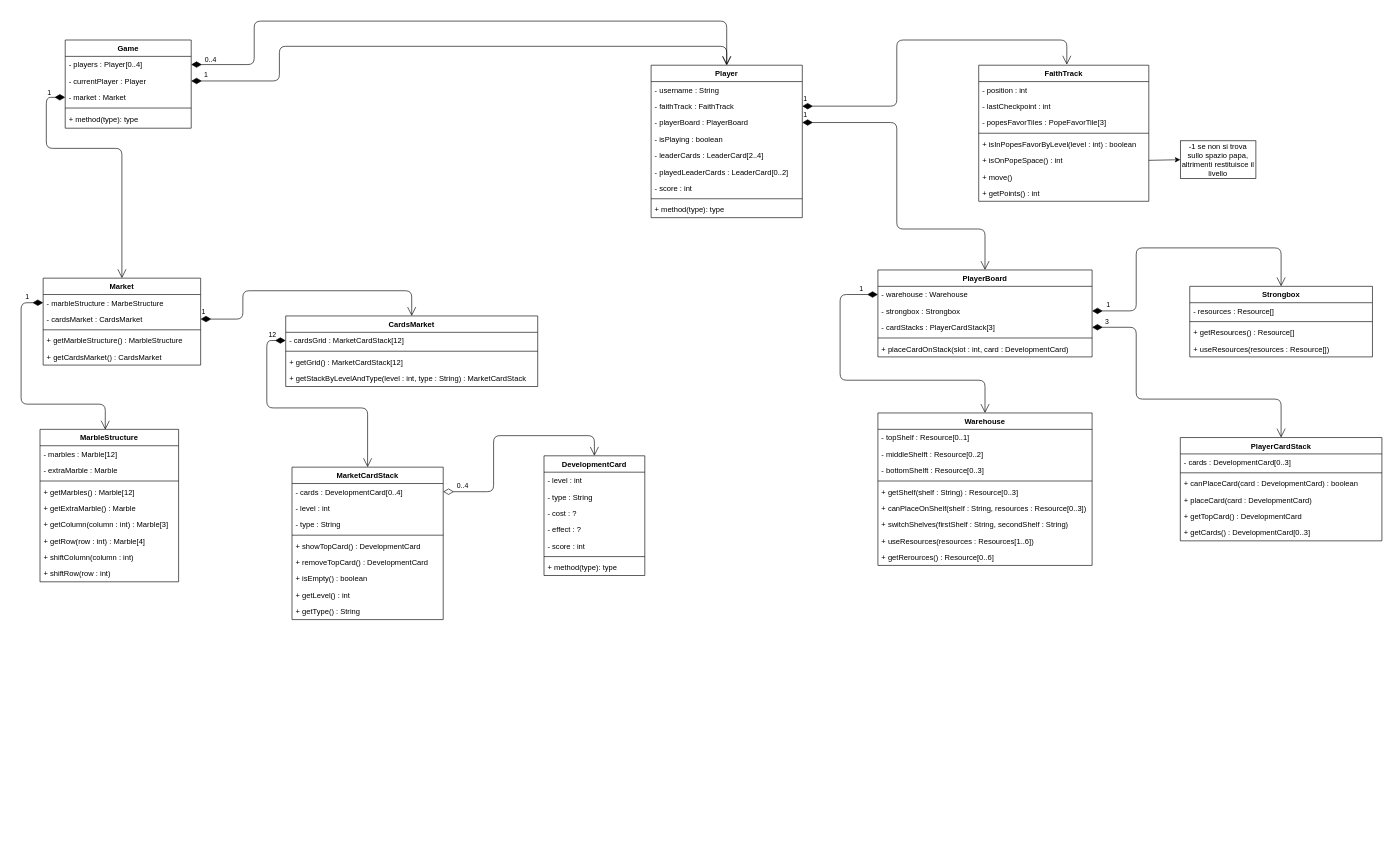
Earlier version of the draw.io diagram deliveries/UML/initial/initial-UML.drawio (SamueleMessineo/ing-sw-2021-morelli-messineo-mosconi). Source tidied: cells renumbered, new cells numbered last; positions are measured from the earlier drawing's top-left corner, leaving out a move shared by most shapes. Both pictures are drawn from the tidied source at 63%, with x=0, y=0 at pixel (21, 21).
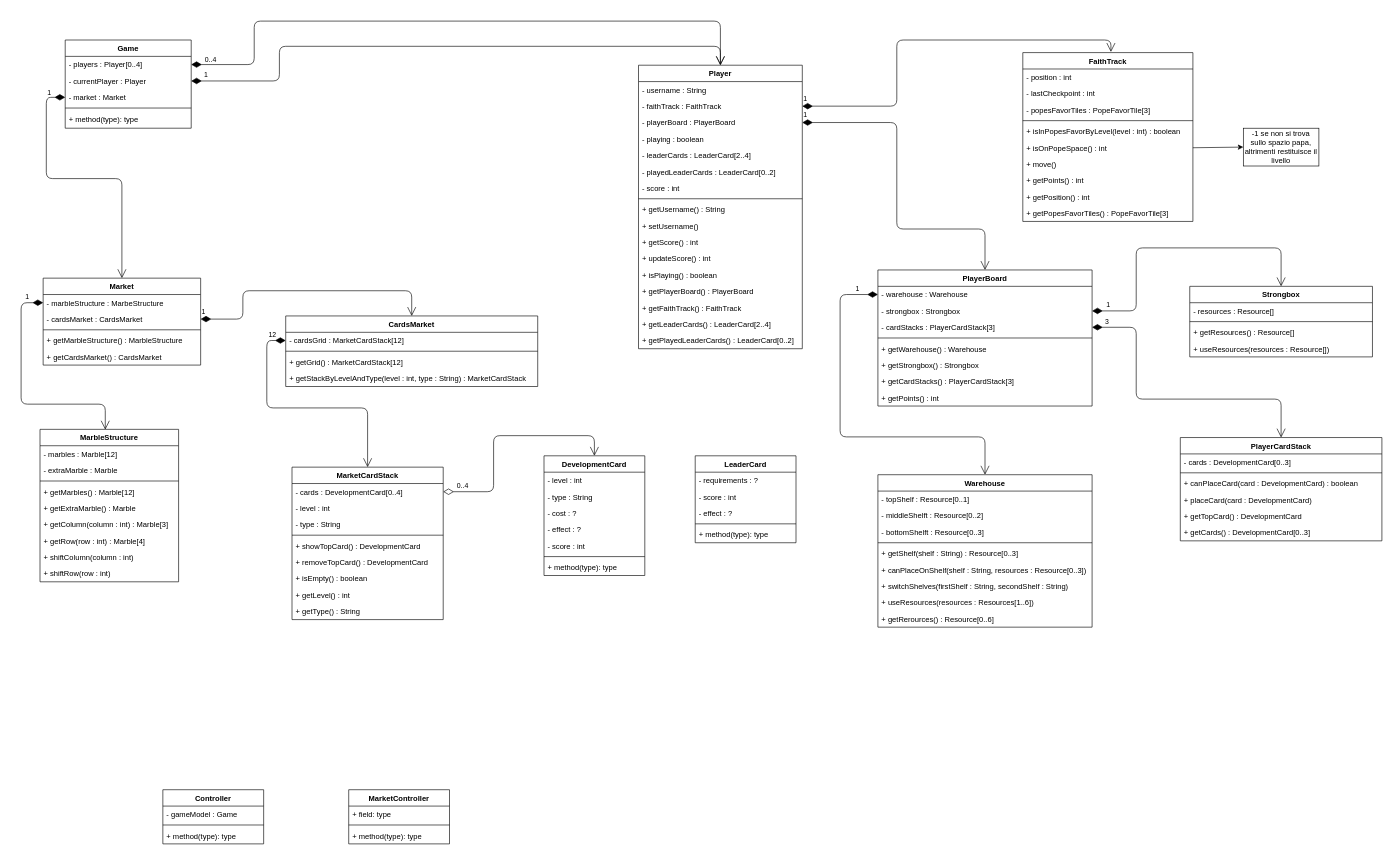
After the change.

Unchanged cells that the change refers to:
```xml
<mxCell id="3" value="- players : Player[0..4]" style="text;strokeColor=none;fillColor=none;align=left;verticalAlign=top;spacingLeft=4;spacingRight=4;overflow=hidden;points=[[0,0.5],[1,0.5]];portConstraint=eastwest;" parent="2" vertex="1">
  <mxGeometry y="26" width="200" height="26" as="geometry" />
</mxCell>
<mxCell id="4" value="- currentPlayer : Player" style="text;strokeColor=none;fillColor=none;align=left;verticalAlign=top;spacingLeft=4;spacingRight=4;overflow=hidden;points=[[0,0.5],[1,0.5]];portConstraint=eastwest;" parent="2" vertex="1">
  <mxGeometry y="52" width="200" height="26" as="geometry" />
</mxCell>
<mxCell id="5" value="- market : Market" style="text;strokeColor=none;fillColor=none;align=left;verticalAlign=top;spacingLeft=4;spacingRight=4;overflow=hidden;points=[[0,0.5],[1,0.5]];portConstraint=eastwest;" parent="2" vertex="1">
  <mxGeometry y="78" width="200" height="26" as="geometry" />
</mxCell>
<mxCell id="8" value="Market" style="swimlane;fontStyle=1;align=center;verticalAlign=top;horizontal=1;startSize=26;" parent="1" vertex="1">
  <mxGeometry x="35" y="408" width="250" height="138" as="geometry" />
</mxCell>
<mxCell id="77" value="- warehouse : Warehouse" style="text;strokeColor=none;fillColor=none;align=left;verticalAlign=top;spacingLeft=4;spacingRight=4;overflow=hidden;points=[[0,0.5],[1,0.5]];portConstraint=eastwest;" parent="76" vertex="1">
  <mxGeometry y="26" width="340" height="26" as="geometry" />
</mxCell>
```

Diff of the diagram source:
```diff
@@
     <mxCell id="51" value="1" style="endArrow=open;html=1;endSize=12;startArrow=diamondThin;startSize=14;startFill=1;edgeStyle=orthogonalEdgeStyle;align=left;verticalAlign=bottom;exitX=0;exitY=0.5;exitDx=0;exitDy=0;entryX=0.5;entryY=0;entryDx=0;entryDy=0;" parent="1" edge="1" source="5" target="8">
       <mxGeometry x="-0.86" relative="1" as="geometry">
         <Array as="points">
           <mxPoint x="40" y="121" />
-          <mxPoint x="40" y="202" />
-          <mxPoint x="160" y="202" />
+          <mxPoint x="40" y="250" />
+          <mxPoint x="160" y="250" />
         </Array>
       </mxGeometry>
     </mxCell>
     <mxCell id="52" value="Player" style="swimlane;fontStyle=1;align=center;verticalAlign=top;horizontal=1;startSize=26;" parent="1" vertex="1">
-      <mxGeometry x="1000" y="70" width="240" height="242" as="geometry" />
+      <mxGeometry x="980" y="70" width="260" height="450" as="geometry" />
     </mxCell>
     <mxCell id="53" value="- username : String" style="text;strokeColor=none;fillColor=none;align=left;verticalAlign=top;spacingLeft=4;spacingRight=4;overflow=hidden;" parent="52" vertex="1">
-      <mxGeometry y="26" width="240" height="26" as="geometry" />
+      <mxGeometry y="26" width="260" height="26" as="geometry" />
     </mxCell>
     <mxCell id="54" value="- faithTrack : FaithTrack" style="text;strokeColor=none;fillColor=none;align=left;verticalAlign=top;spacingLeft=4;spacingRight=4;overflow=hidden;points=[[0,0.5],[1,0.5]];portConstraint=eastwest;" parent="52" vertex="1">
-      <mxGeometry y="52" width="240" height="26" as="geometry" />
+      <mxGeometry y="52" width="260" height="26" as="geometry" />
     </mxCell>
     <mxCell id="55" value="- playerBoard : PlayerBoard" style="text;strokeColor=none;fillColor=none;align=left;verticalAlign=top;spacingLeft=4;spacingRight=4;overflow=hidden;points=[[0,0.5],[1,0.5]];portConstraint=eastwest;" parent="52" vertex="1">
-      <mxGeometry y="78" width="240" height="26" as="geometry" />
+      <mxGeometry y="78" width="260" height="26" as="geometry" />
     </mxCell>
-    <mxCell id="56" value="- isPlaying : boolean" style="text;strokeColor=none;fillColor=none;align=left;verticalAlign=top;spacingLeft=4;spacingRight=4;overflow=hidden;" parent="52" vertex="1">
-      <mxGeometry y="104" width="240" height="26" as="geometry" />
+    <mxCell id="56" value="- playing : boolean" style="text;strokeColor=none;fillColor=none;align=left;verticalAlign=top;spacingLeft=4;spacingRight=4;overflow=hidden;" parent="52" vertex="1">
+      <mxGeometry y="104" width="260" height="26" as="geometry" />
     </mxCell>
     <mxCell id="57" value="- leaderCards : LeaderCard[2..4]" style="text;strokeColor=none;fillColor=none;align=left;verticalAlign=top;spacingLeft=4;spacingRight=4;overflow=hidden;" parent="52" vertex="1">
-      <mxGeometry y="130" width="240" height="26" as="geometry" />
+      <mxGeometry y="130" width="260" height="26" as="geometry" />
     </mxCell>
     <mxCell id="58" value="- playedLeaderCards : LeaderCard[0..2]" style="text;strokeColor=none;fillColor=none;align=left;verticalAlign=top;spacingLeft=4;spacingRight=4;overflow=hidden;" parent="52" vertex="1">
-      <mxGeometry y="156" width="240" height="26" as="geometry" />
+      <mxGeometry y="156" width="260" height="26" as="geometry" />
     </mxCell>
     <mxCell id="59" value="- score : int" style="text;strokeColor=none;fillColor=none;align=left;verticalAlign=top;spacingLeft=4;spacingRight=4;overflow=hidden;" parent="52" vertex="1">
-      <mxGeometry y="182" width="240" height="26" as="geometry" />
+      <mxGeometry y="182" width="260" height="26" as="geometry" />
     </mxCell>
     <mxCell id="60" style="line;strokeWidth=1;fillColor=none;align=left;verticalAlign=middle;spacingTop=-1;spacingLeft=3;spacingRight=3;labelPosition=right;" parent="52" vertex="1">
-      <mxGeometry y="208" width="240" height="8" as="geometry" />
+      <mxGeometry y="208" width="260" height="8" as="geometry" />
     </mxCell>
-    <mxCell id="61" value="+ method(type): type" style="text;strokeColor=none;fillColor=none;align=left;verticalAlign=top;spacingLeft=4;spacingRight=4;overflow=hidden;" parent="52" vertex="1">
-      <mxGeometry y="216" width="240" height="26" as="geometry" />
+    <mxCell id="61" value="+ getUsername() : String" style="text;strokeColor=none;fillColor=none;align=left;verticalAlign=top;spacingLeft=4;spacingRight=4;overflow=hidden;" parent="52" vertex="1">
+      <mxGeometry y="216" width="260" height="26" as="geometry" />
     </mxCell>
+    <mxCell id="109" value="+ setUsername()" style="text;strokeColor=none;fillColor=none;align=left;verticalAlign=top;spacingLeft=4;spacingRight=4;overflow=hidden;" parent="52" vertex="1">
+      <mxGeometry y="242" width="260" height="26" as="geometry" />
+    </mxCell>
+    <mxCell id="110" value="+ getScore() : int" style="text;strokeColor=none;fillColor=none;align=left;verticalAlign=top;spacingLeft=4;spacingRight=4;overflow=hidden;" parent="52" vertex="1">
+      <mxGeometry y="268" width="260" height="26" as="geometry" />
+    </mxCell>
+    <mxCell id="111" value="+ updateScore() : int" style="text;strokeColor=none;fillColor=none;align=left;verticalAlign=top;spacingLeft=4;spacingRight=4;overflow=hidden;" parent="52" vertex="1">
+      <mxGeometry y="294" width="260" height="26" as="geometry" />
+    </mxCell>
+    <mxCell id="112" value="+ isPlaying() : boolean" style="text;strokeColor=none;fillColor=none;align=left;verticalAlign=top;spacingLeft=4;spacingRight=4;overflow=hidden;" parent="52" vertex="1">
+      <mxGeometry y="320" width="260" height="26" as="geometry" />
+    </mxCell>
+    <mxCell id="113" value="+ getPlayerBoard() : PlayerBoard" style="text;strokeColor=none;fillColor=none;align=left;verticalAlign=top;spacingLeft=4;spacingRight=4;overflow=hidden;" parent="52" vertex="1">
+      <mxGeometry y="346" width="260" height="26" as="geometry" />
+    </mxCell>
+    <mxCell id="114" value="+ getFaithTrack() : FaithTrack" style="text;strokeColor=none;fillColor=none;align=left;verticalAlign=top;spacingLeft=4;spacingRight=4;overflow=hidden;" parent="52" vertex="1">
+      <mxGeometry y="372" width="260" height="26" as="geometry" />
+    </mxCell>
+    <mxCell id="115" value="+ getLeaderCards() : LeaderCard[2..4]" style="text;strokeColor=none;fillColor=none;align=left;verticalAlign=top;spacingLeft=4;spacingRight=4;overflow=hidden;" parent="52" vertex="1">
+      <mxGeometry y="398" width="260" height="26" as="geometry" />
+    </mxCell>
+    <mxCell id="116" value="+ getPlayedLeaderCards() : LeaderCard[0..2]" style="text;strokeColor=none;fillColor=none;align=left;verticalAlign=top;spacingLeft=4;spacingRight=4;overflow=hidden;" parent="52" vertex="1">
+      <mxGeometry y="424" width="260" height="26" as="geometry" />
+    </mxCell>
     <mxCell id="62" value="FaithTrack" style="swimlane;fontStyle=1;align=center;verticalAlign=top;horizontal=1;startSize=26;" parent="1" vertex="1">
-      <mxGeometry x="1520" y="70" width="270" height="216" as="geometry" />
+      <mxGeometry x="1590" y="50" width="270" height="268" as="geometry" />
     </mxCell>
@@
+    <mxCell id="117" value="+ getPosition() : int" style="text;strokeColor=none;fillColor=none;align=left;verticalAlign=top;spacingLeft=4;spacingRight=4;overflow=hidden;" parent="62" vertex="1">
+      <mxGeometry y="216" width="270" height="26" as="geometry" />
+    </mxCell>
+    <mxCell id="118" value="+ getPopesFavorTiles() : PopeFavorTile[3]" style="text;strokeColor=none;fillColor=none;align=left;verticalAlign=top;spacingLeft=4;spacingRight=4;overflow=hidden;" parent="62" vertex="1">
+      <mxGeometry y="242" width="270" height="26" as="geometry" />
+    </mxCell>
     <mxCell id="71" style="rounded=0;whiteSpace=wrap;html=1;" parent="1" vertex="1">
-      <mxGeometry x="1840" y="190" width="120" height="60" as="geometry" />
+      <mxGeometry x="1940" y="170" width="120" height="60" as="geometry" />
     </mxCell>
     <mxCell id="72" value="-1 se non si trova sullo spazio papa, altrimenti restituisce il livello" style="text;html=1;strokeColor=none;fillColor=none;align=center;verticalAlign=middle;whiteSpace=wrap;rounded=0;" parent="1" vertex="1">
-      <mxGeometry x="1840" y="210" width="120" height="20" as="geometry" />
+      <mxGeometry x="1940" y="190" width="120" height="20" as="geometry" />
     </mxCell>
@@
     <mxCell id="74" value="1" style="endArrow=open;html=1;endSize=12;startArrow=diamondThin;startSize=14;startFill=1;edgeStyle=orthogonalEdgeStyle;align=left;verticalAlign=bottom;exitX=1;exitY=0.5;exitDx=0;exitDy=0;entryX=0.518;entryY=-0.004;entryDx=0;entryDy=0;entryPerimeter=0;" parent="1" edge="1" source="54" target="62">
       <mxGeometry x="-1" y="3" relative="1" as="geometry">
         <Array as="points">
           <mxPoint x="1390" y="135" />
           <mxPoint x="1390" y="30" />
-          <mxPoint x="1660" y="30" />
+          <mxPoint x="1730" y="30" />
         </Array>
       </mxGeometry>
     </mxCell>
     <mxCell id="75" value="1" style="endArrow=open;html=1;endSize=12;startArrow=diamondThin;startSize=14;startFill=1;edgeStyle=orthogonalEdgeStyle;align=left;verticalAlign=bottom;exitX=1;exitY=0.5;exitDx=0;exitDy=0;entryX=0.5;entryY=0;entryDx=0;entryDy=0;" parent="1" edge="1" source="4" target="52">
       <mxGeometry x="-0.96" relative="1" as="geometry">
         <Array as="points">
           <mxPoint x="410" y="95" />
           <mxPoint x="410" y="40" />
-          <mxPoint x="1120" y="40" />
+          <mxPoint x="1110" y="40" />
         </Array>
       </mxGeometry>
     </mxCell>
     <mxCell id="76" value="PlayerBoard" style="swimlane;fontStyle=1;align=center;verticalAlign=top;horizontal=1;startSize=26;" parent="1" vertex="1">
-      <mxGeometry x="1360" y="395" width="340" height="138" as="geometry" />
+      <mxGeometry x="1360" y="395" width="340" height="216" as="geometry" />
     </mxCell>
@@
-    <mxCell id="81" value="+ placeCardOnStack(slot : int, card : DevelopmentCard)" style="text;strokeColor=none;fillColor=none;align=left;verticalAlign=top;spacingLeft=4;spacingRight=4;overflow=hidden;" parent="76" vertex="1">
+    <mxCell id="81" value="+ getWarehouse() : Warehouse" style="text;strokeColor=none;fillColor=none;align=left;verticalAlign=top;spacingLeft=4;spacingRight=4;overflow=hidden;" parent="76" vertex="1">
       <mxGeometry y="112" width="340" height="26" as="geometry" />
     </mxCell>
+    <mxCell id="119" value="+ getStrongbox() : Strongbox" style="text;strokeColor=none;fillColor=none;align=left;verticalAlign=top;spacingLeft=4;spacingRight=4;overflow=hidden;" parent="76" vertex="1">
+      <mxGeometry y="138" width="340" height="26" as="geometry" />
+    </mxCell>
+    <mxCell id="120" value="+ getCardStacks() : PlayerCardStack[3]" style="text;strokeColor=none;fillColor=none;align=left;verticalAlign=top;spacingLeft=4;spacingRight=4;overflow=hidden;" parent="76" vertex="1">
+      <mxGeometry y="164" width="340" height="26" as="geometry" />
+    </mxCell>
+    <mxCell id="121" value="+ getPoints() : int" style="text;strokeColor=none;fillColor=none;align=left;verticalAlign=top;spacingLeft=4;spacingRight=4;overflow=hidden;" parent="76" vertex="1">
+      <mxGeometry y="190" width="340" height="26" as="geometry" />
+    </mxCell>
@@
     <mxCell id="89" value="Warehouse" style="swimlane;fontStyle=1;align=center;verticalAlign=top;horizontal=1;startSize=26;" parent="1" vertex="1">
-      <mxGeometry x="1360" y="622" width="340" height="242" as="geometry" />
+      <mxGeometry x="1360" y="720" width="340" height="242" as="geometry" />
     </mxCell>
@@
     <mxCell id="105" value="1" style="endArrow=open;html=1;endSize=12;startArrow=diamondThin;startSize=14;startFill=1;edgeStyle=orthogonalEdgeStyle;align=left;verticalAlign=bottom;exitX=0;exitY=0.5;exitDx=0;exitDy=0;entryX=0.5;entryY=0;entryDx=0;entryDy=0;" parent="1" edge="1" source="77" target="89">
       <mxGeometry x="-0.87" relative="1" as="geometry">
         <Array as="points">
           <mxPoint x="1300" y="434" />
-          <mxPoint x="1300" y="570" />
-          <mxPoint x="1530" y="570" />
+          <mxPoint x="1300" y="660" />
+          <mxPoint x="1530" y="660" />
         </Array>
       </mxGeometry>
     </mxCell>
@@
     <mxCell id="108" value="0..4" style="endArrow=open;html=1;endSize=12;startArrow=diamondThin;startSize=14;startFill=1;edgeStyle=orthogonalEdgeStyle;align=left;verticalAlign=bottom;exitX=1;exitY=0.5;exitDx=0;exitDy=0;entryX=0.5;entryY=0;entryDx=0;entryDy=0;" parent="1" edge="1" source="3" target="52">
       <mxGeometry x="-0.96" y="-1" relative="1" as="geometry">
         <Array as="points">
           <mxPoint x="370" y="69" />
           <mxPoint x="370" />
-          <mxPoint x="1120" />
+          <mxPoint x="1110" />
         </Array>
       </mxGeometry>
     </mxCell>
+    <mxCell id="122" value="LeaderCard" style="swimlane;fontStyle=1;align=center;verticalAlign=top;horizontal=1;startSize=26;" parent="1" vertex="1">
+      <mxGeometry x="1070" y="690" width="160" height="138" as="geometry" />
+    </mxCell>
+    <mxCell id="123" value="- requirements : ?" style="text;strokeColor=none;fillColor=none;align=left;verticalAlign=top;spacingLeft=4;spacingRight=4;overflow=hidden;" parent="122" vertex="1">
+      <mxGeometry y="26" width="160" height="26" as="geometry" />
+    </mxCell>
+    <mxCell id="124" value="- score : int" style="text;strokeColor=none;fillColor=none;align=left;verticalAlign=top;spacingLeft=4;spacingRight=4;overflow=hidden;" parent="122" vertex="1">
+      <mxGeometry y="52" width="160" height="26" as="geometry" />
+    </mxCell>
+    <mxCell id="125" value="- effect : ?" style="text;strokeColor=none;fillColor=none;align=left;verticalAlign=top;spacingLeft=4;spacingRight=4;overflow=hidden;" parent="122" vertex="1">
+      <mxGeometry y="78" width="160" height="26" as="geometry" />
+    </mxCell>
+    <mxCell id="126" style="line;strokeWidth=1;fillColor=none;align=left;verticalAlign=middle;spacingTop=-1;spacingLeft=3;spacingRight=3;labelPosition=right;" parent="122" vertex="1">
+      <mxGeometry y="104" width="160" height="8" as="geometry" />
+    </mxCell>
+    <mxCell id="127" value="+ method(type): type" style="text;strokeColor=none;fillColor=none;align=left;verticalAlign=top;spacingLeft=4;spacingRight=4;overflow=hidden;" parent="122" vertex="1">
+      <mxGeometry y="112" width="160" height="26" as="geometry" />
+    </mxCell>
+    <mxCell id="128" value="Controller" style="swimlane;fontStyle=1;align=center;verticalAlign=top;horizontal=1;startSize=26;" parent="1" vertex="1">
+      <mxGeometry x="225" y="1220" width="160" height="86" as="geometry" />
+    </mxCell>
+    <mxCell id="129" value="- gameModel : Game" style="text;strokeColor=none;fillColor=none;align=left;verticalAlign=top;spacingLeft=4;spacingRight=4;overflow=hidden;" parent="128" vertex="1">
+      <mxGeometry y="26" width="160" height="26" as="geometry" />
+    </mxCell>
+    <mxCell id="130" style="line;strokeWidth=1;fillColor=none;align=left;verticalAlign=middle;spacingTop=-1;spacingLeft=3;spacingRight=3;labelPosition=right;" parent="128" vertex="1">
+      <mxGeometry y="52" width="160" height="8" as="geometry" />
+    </mxCell>
+    <mxCell id="131" value="+ method(type): type" style="text;strokeColor=none;fillColor=none;align=left;verticalAlign=top;spacingLeft=4;spacingRight=4;overflow=hidden;" parent="128" vertex="1">
+      <mxGeometry y="60" width="160" height="26" as="geometry" />
+    </mxCell>
+    <mxCell id="132" value="MarketController" style="swimlane;fontStyle=1;align=center;verticalAlign=top;horizontal=1;startSize=26;" parent="1" vertex="1">
+      <mxGeometry x="520" y="1220" width="160" height="86" as="geometry" />
+    </mxCell>
+    <mxCell id="133" value="+ field: type" style="text;strokeColor=none;fillColor=none;align=left;verticalAlign=top;spacingLeft=4;spacingRight=4;overflow=hidden;" parent="132" vertex="1">
+      <mxGeometry y="26" width="160" height="26" as="geometry" />
+    </mxCell>
+    <mxCell id="134" style="line;strokeWidth=1;fillColor=none;align=left;verticalAlign=middle;spacingTop=-1;spacingLeft=3;spacingRight=3;labelPosition=right;" parent="132" vertex="1">
+      <mxGeometry y="52" width="160" height="8" as="geometry" />
+    </mxCell>
+    <mxCell id="135" value="+ method(type): type" style="text;strokeColor=none;fillColor=none;align=left;verticalAlign=top;spacingLeft=4;spacingRight=4;overflow=hidden;" parent="132" vertex="1">
+      <mxGeometry y="60" width="160" height="26" as="geometry" />
+    </mxCell>
```
